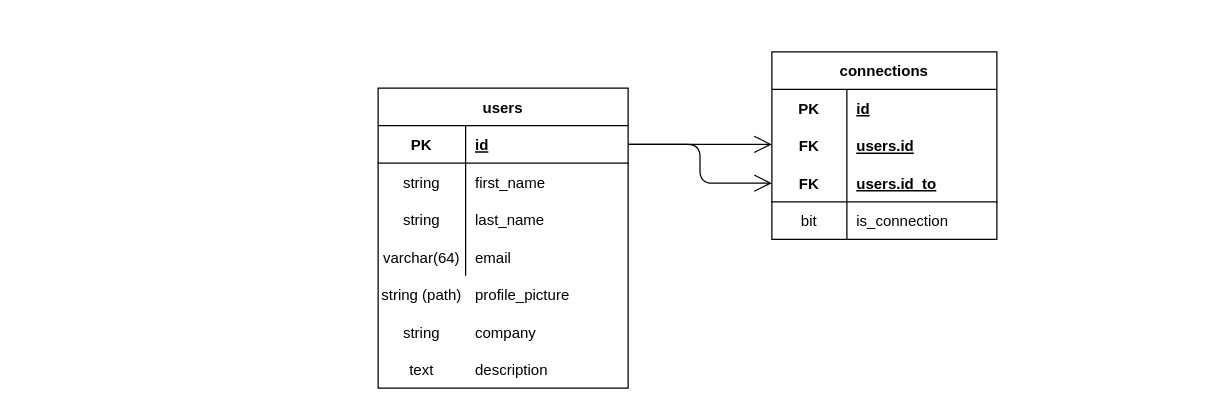
SantiagoLopez-hub/Graf-us keeps this draw.io diagram as Schema.drawio. Above is the earlier version. Source tidied: cells renumbered, new cells numbered last; positions are measured from the earlier drawing's top-left corner, leaving out a move shared by most shapes. Both pictures are drawn from the tidied source at 125%, with x=0, y=0 at pixel (378, 51).
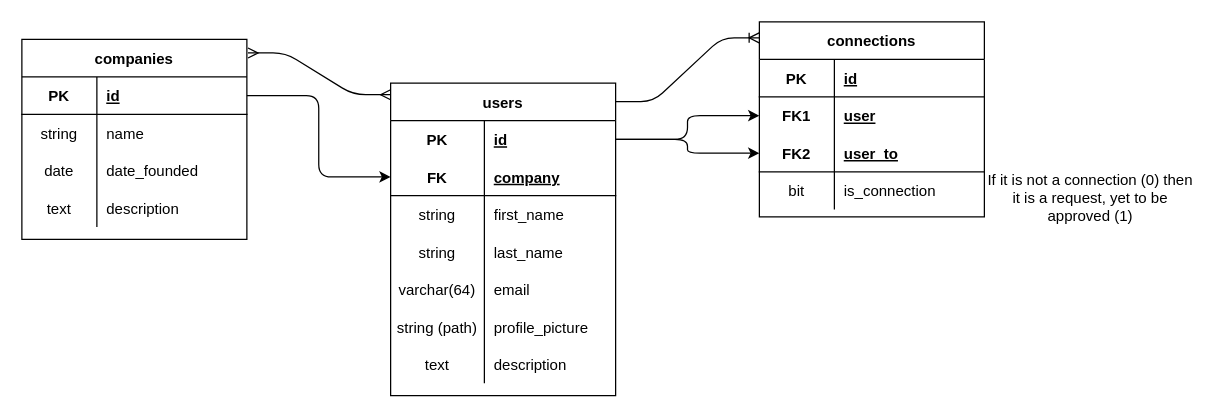
The same diagram, later.

Commit message:
Adding Companies table

Unchanged cells that the change refers to:
```xml
<mxCell id="30" style="shape=partialRectangle;fillColor=none;top=0;left=0;bottom=1;right=0;points=[[0,0.5],[1,0.5]];portConstraint=eastwest;rounded=0;sketch=0;" parent="23" vertex="1">
  <mxGeometry y="90" width="180" height="30" as="geometry" />
</mxCell>
```

What changed in the source:
```diff
@@
-    <mxCell id="2" style="group;" parent="1" vertex="1">
-      <mxGeometry y="29" width="200" height="240" as="geometry" />
-    </mxCell>
+    <mxCell id="41" value="If it is not a connection (0) then it is a request, yet to be approved (1)" style="text;html=1;strokeColor=none;fillColor=none;align=center;verticalAlign=middle;whiteSpace=wrap;rounded=0;sketch=0;" parent="1" vertex="1">
+      <mxGeometry x="485" y="102" width="170" height="30" as="geometry" />
+    </mxCell>
+    <mxCell id="42" value="companies" style="shape=table;startSize=30;childLayout=tableLayout;rowLines=0;fontStyle=1;align=center;rounded=0;sketch=0;" parent="1" vertex="1">
+      <mxGeometry x="-285" y="-10" width="180" height="160" as="geometry" />
+    </mxCell>
+    <mxCell id="43" style="shape=partialRectangle;fillColor=none;top=0;left=0;bottom=1;right=0;points=[[0,0.5],[1,0.5]];portConstraint=eastwest;rounded=0;sketch=0;" parent="42" vertex="1">
+      <mxGeometry y="30" width="180" height="30" as="geometry" />
+    </mxCell>
+    <mxCell id="44" value="PK" style="shape=partialRectangle;fillColor=none;top=0;left=0;bottom=0;right=0;fontStyle=1;overflow=hidden;rounded=0;sketch=0;" parent="43" vertex="1">
+      <mxGeometry width="60" height="30" as="geometry" />
+    </mxCell>
+    <mxCell id="45" value="id" style="shape=partialRectangle;fillColor=none;top=0;left=0;bottom=0;right=0;align=left;spacingLeft=6;fontStyle=5;overflow=hidden;rounded=0;sketch=0;" parent="43" vertex="1">
+      <mxGeometry x="60" width="120" height="30" as="geometry" />
+    </mxCell>
+    <mxCell id="46" style="shape=partialRectangle;fillColor=none;top=0;left=0;bottom=0;right=0;rounded=0;sketch=0;" parent="42" vertex="1">
+      <mxGeometry y="60" width="180" height="30" as="geometry" />
+    </mxCell>
+    <mxCell id="47" value="string" style="shape=partialRectangle;fillColor=none;top=0;left=0;bottom=0;right=0;overflow=hidden;rounded=0;sketch=0;" parent="46" vertex="1">
+      <mxGeometry width="60" height="30" as="geometry" />
+    </mxCell>
+    <mxCell id="48" value="name" style="shape=partialRectangle;fillColor=none;top=0;left=0;bottom=0;right=0;align=left;spacingLeft=6;overflow=hidden;rounded=0;sketch=0;" parent="46" vertex="1">
+      <mxGeometry x="60" width="120" height="30" as="geometry" />
+    </mxCell>
+    <mxCell id="49" style="shape=partialRectangle;fillColor=none;top=0;left=0;bottom=0;right=0;rounded=0;sketch=0;" parent="42" vertex="1">
+      <mxGeometry y="90" width="180" height="30" as="geometry" />
+    </mxCell>
+    <mxCell id="50" value="date" style="shape=partialRectangle;fillColor=none;top=0;left=0;bottom=0;right=0;overflow=hidden;rounded=0;sketch=0;" parent="49" vertex="1">
+      <mxGeometry width="60" height="30" as="geometry" />
+    </mxCell>
+    <mxCell id="51" value="date_founded" style="shape=partialRectangle;fillColor=none;top=0;left=0;bottom=0;right=0;align=left;spacingLeft=6;overflow=hidden;rounded=0;sketch=0;" parent="49" vertex="1">
+      <mxGeometry x="60" width="120" height="30" as="geometry" />
+    </mxCell>
+    <mxCell id="52" style="shape=partialRectangle;fillColor=none;top=0;left=0;bottom=0;right=0;rounded=0;sketch=0;" parent="42" vertex="1">
+      <mxGeometry y="120" width="180" height="30" as="geometry" />
+    </mxCell>
+    <mxCell id="53" value="text" style="shape=partialRectangle;fillColor=none;top=0;left=0;bottom=0;right=0;overflow=hidden;rounded=0;sketch=0;" parent="52" vertex="1">
+      <mxGeometry width="60" height="30" as="geometry" />
+    </mxCell>
+    <mxCell id="54" value="description" style="shape=partialRectangle;fillColor=none;top=0;left=0;bottom=0;right=0;align=left;spacingLeft=6;overflow=hidden;rounded=0;sketch=0;" parent="52" vertex="1">
+      <mxGeometry x="60" width="120" height="30" as="geometry" />
+    </mxCell>
-    <mxCell id="3" value="users" style="shape=table;startSize=30;childLayout=tableLayout;rowLines=0;fontStyle=1;align=center;rounded=0;sketch=0;" parent="2" vertex="1">
-      <mxGeometry width="200" height="240" as="geometry" />
+    <mxCell id="3" value="users" style="shape=table;startSize=30;childLayout=tableLayout;rowLines=0;fontStyle=1;align=center;rounded=0;sketch=0;" parent="1" vertex="1">
+      <mxGeometry x="10" y="25" width="180" height="250" as="geometry" />
     </mxCell>
-    <mxCell id="4" style="shape=partialRectangle;fillColor=none;top=0;left=0;bottom=1;right=0;points=[[0,0.5],[1,0.5]];portConstraint=eastwest;rounded=0;sketch=0;" parent="3" vertex="1">
-      <mxGeometry y="30" width="200" height="30" as="geometry" />
-    </mxCell>
-    <mxCell id="5" value="PK" style="shape=partialRectangle;fillColor=none;top=0;left=0;bottom=0;right=0;fontStyle=1;overflow=hidden;rounded=0;sketch=0;" parent="4" vertex="1">
-      <mxGeometry width="70" height="30" as="geometry" />
-    </mxCell>
-    <mxCell id="6" value="id" style="shape=partialRectangle;fillColor=none;top=0;left=0;bottom=0;right=0;align=left;spacingLeft=6;fontStyle=5;overflow=hidden;rounded=0;sketch=0;" parent="4" vertex="1">
-      <mxGeometry x="70" width="130" height="30" as="geometry" />
-    </mxCell>
-    <mxCell id="7" style="shape=partialRectangle;fillColor=none;top=0;left=0;bottom=0;right=0;rounded=0;sketch=0;" parent="3" vertex="1">
-      <mxGeometry y="60" width="200" height="30" as="geometry" />
-    </mxCell>
-    <mxCell id="8" value="string" style="shape=partialRectangle;fillColor=none;top=0;left=0;bottom=0;right=0;overflow=hidden;rounded=0;sketch=0;" parent="7" vertex="1">
-      <mxGeometry width="70" height="30" as="geometry" />
-    </mxCell>
+    <mxCell id="24" style="shape=partialRectangle;fillColor=none;top=0;left=0;bottom=0;right=0;points=[[0,0.5],[1,0.5]];portConstraint=eastwest;rounded=0;sketch=0;" parent="3" vertex="1">
+      <mxGeometry y="30" width="180" height="30" as="geometry" />
+    </mxCell>
+    <mxCell id="55" value="PK" style="shape=partialRectangle;fillColor=none;top=0;left=0;bottom=0;right=0;fontStyle=1;overflow=hidden;rounded=0;sketch=0;" parent="24" vertex="1">
+      <mxGeometry width="75" height="30" as="geometry" />
+    </mxCell>
+    <mxCell id="56" value="id" style="shape=partialRectangle;fillColor=none;top=0;left=0;bottom=0;right=0;align=left;spacingLeft=6;fontStyle=5;overflow=hidden;rounded=0;sketch=0;" parent="24" vertex="1">
+      <mxGeometry x="75" width="105" height="30" as="geometry" />
+    </mxCell>
+    <mxCell id="57" style="shape=partialRectangle;fillColor=none;top=0;left=0;bottom=1;right=0;points=[[0,0.5],[1,0.5]];portConstraint=eastwest;rounded=0;sketch=0;" parent="3" vertex="1">
+      <mxGeometry y="60" width="180" height="30" as="geometry" />
+    </mxCell>
+    <mxCell id="58" value="FK" style="shape=partialRectangle;fillColor=none;top=0;left=0;bottom=0;right=0;fontStyle=1;overflow=hidden;rounded=0;sketch=0;" parent="57" vertex="1">
+      <mxGeometry width="75" height="30" as="geometry" />
+    </mxCell>
+    <mxCell id="17" value="company" style="shape=partialRectangle;fillColor=none;top=0;left=0;bottom=0;right=0;align=left;spacingLeft=6;fontStyle=5;overflow=hidden;rounded=0;sketch=0;" parent="57" vertex="1">
+      <mxGeometry x="75" width="105" height="30" as="geometry" />
+    </mxCell>
+    <mxCell id="59" style="shape=partialRectangle;fillColor=none;top=0;left=0;bottom=0;right=0;rounded=0;sketch=0;" parent="3" vertex="1">
+      <mxGeometry y="90" width="180" height="30" as="geometry" />
+    </mxCell>
+    <mxCell id="60" value="string" style="shape=partialRectangle;fillColor=none;top=0;left=0;bottom=0;right=0;overflow=hidden;rounded=0;sketch=0;" parent="59" vertex="1">
+      <mxGeometry width="75" height="30" as="geometry" />
+    </mxCell>
-    <mxCell id="9" value="first_name" style="shape=partialRectangle;fillColor=none;top=0;left=0;bottom=0;right=0;align=left;spacingLeft=6;overflow=hidden;rounded=0;sketch=0;" parent="7" vertex="1">
-      <mxGeometry x="70" width="130" height="30" as="geometry" />
+    <mxCell id="9" value="first_name" style="shape=partialRectangle;fillColor=none;top=0;left=0;bottom=0;right=0;align=left;spacingLeft=6;overflow=hidden;rounded=0;sketch=0;" parent="59" vertex="1">
+      <mxGeometry x="75" width="105" height="30" as="geometry" />
     </mxCell>
-    <mxCell id="10" style="shape=partialRectangle;fillColor=none;top=0;left=0;bottom=0;right=0;rounded=0;sketch=0;" parent="3" vertex="1">
-      <mxGeometry y="90" width="200" height="30" as="geometry" />
-    </mxCell>
-    <mxCell id="11" value="string" style="shape=partialRectangle;fillColor=none;top=0;left=0;bottom=0;right=0;overflow=hidden;rounded=0;sketch=0;" parent="10" vertex="1">
-      <mxGeometry width="70" height="30" as="geometry" />
-    </mxCell>
+    <mxCell id="61" style="shape=partialRectangle;fillColor=none;top=0;left=0;bottom=0;right=0;rounded=0;sketch=0;" parent="3" vertex="1">
+      <mxGeometry y="120" width="180" height="30" as="geometry" />
+    </mxCell>
+    <mxCell id="62" value="string" style="shape=partialRectangle;fillColor=none;top=0;left=0;bottom=0;right=0;overflow=hidden;rounded=0;sketch=0;" parent="61" vertex="1">
+      <mxGeometry width="75" height="30" as="geometry" />
+    </mxCell>
-    <mxCell id="12" value="last_name" style="shape=partialRectangle;fillColor=none;top=0;left=0;bottom=0;right=0;align=left;spacingLeft=6;overflow=hidden;rounded=0;sketch=0;" parent="10" vertex="1">
-      <mxGeometry x="70" width="130" height="30" as="geometry" />
+    <mxCell id="12" value="last_name" style="shape=partialRectangle;fillColor=none;top=0;left=0;bottom=0;right=0;align=left;spacingLeft=6;overflow=hidden;rounded=0;sketch=0;" parent="61" vertex="1">
+      <mxGeometry x="75" width="105" height="30" as="geometry" />
     </mxCell>
-    <mxCell id="13" style="shape=partialRectangle;fillColor=none;top=0;left=0;bottom=0;right=0;rounded=0;sketch=0;" parent="3" vertex="1">
-      <mxGeometry y="120" width="200" height="30" as="geometry" />
-    </mxCell>
+    <mxCell id="63" style="shape=partialRectangle;fillColor=none;top=0;left=0;bottom=0;right=0;rounded=0;sketch=0;" parent="3" vertex="1">
+      <mxGeometry y="150" width="180" height="30" as="geometry" />
+    </mxCell>
-    <mxCell id="14" value="varchar(64)" style="shape=partialRectangle;fillColor=none;top=0;left=0;bottom=0;right=0;overflow=hidden;rounded=0;sketch=0;" parent="13" vertex="1">
-      <mxGeometry width="70" height="30" as="geometry" />
+    <mxCell id="14" value="varchar(64)" style="shape=partialRectangle;fillColor=none;top=0;left=0;bottom=0;right=0;overflow=hidden;rounded=0;sketch=0;" parent="63" vertex="1">
+      <mxGeometry width="75" height="30" as="geometry" />
     </mxCell>
-    <mxCell id="15" value="email" style="shape=partialRectangle;fillColor=none;top=0;left=0;bottom=0;right=0;align=left;spacingLeft=6;overflow=hidden;rounded=0;sketch=0;" parent="13" vertex="1">
-      <mxGeometry x="70" width="130" height="30" as="geometry" />
+    <mxCell id="15" value="email" style="shape=partialRectangle;fillColor=none;top=0;left=0;bottom=0;right=0;align=left;spacingLeft=6;overflow=hidden;rounded=0;sketch=0;" parent="63" vertex="1">
+      <mxGeometry x="75" width="105" height="30" as="geometry" />
     </mxCell>
+    <mxCell id="64" style="shape=partialRectangle;fillColor=none;top=0;left=0;bottom=0;right=0;rounded=0;sketch=0;" parent="3" vertex="1">
+      <mxGeometry y="180" width="180" height="30" as="geometry" />
+    </mxCell>
+    <mxCell id="19" value="string (path)" style="shape=partialRectangle;fillColor=none;top=0;left=0;bottom=0;right=0;overflow=hidden;rounded=0;sketch=0;" parent="64" vertex="1">
+      <mxGeometry width="75" height="30" as="geometry" />
+    </mxCell>
-    <mxCell id="16" value="profile_picture" style="shape=partialRectangle;fillColor=none;top=0;left=0;bottom=0;right=0;align=left;spacingLeft=6;overflow=hidden;rounded=0;sketch=0;" parent="2" vertex="1">
-      <mxGeometry x="70" y="150" width="130" height="30" as="geometry" />
+    <mxCell id="16" value="profile_picture" style="shape=partialRectangle;fillColor=none;top=0;left=0;bottom=0;right=0;align=left;spacingLeft=6;overflow=hidden;rounded=0;sketch=0;" parent="64" vertex="1">
+      <mxGeometry x="75" width="105" height="30" as="geometry" />
     </mxCell>
-    <mxCell id="17" value="company" style="shape=partialRectangle;fillColor=none;top=0;left=0;bottom=0;right=0;align=left;spacingLeft=6;overflow=hidden;rounded=0;sketch=0;" parent="2" vertex="1">
-      <mxGeometry x="70" y="180" width="130" height="30" as="geometry" />
-    </mxCell>
-    <mxCell id="18" value="description" style="shape=partialRectangle;fillColor=none;top=0;left=0;bottom=0;right=0;align=left;spacingLeft=6;overflow=hidden;rounded=0;sketch=0;" parent="2" vertex="1">
-      <mxGeometry x="70" y="210" width="130" height="30" as="geometry" />
-    </mxCell>
-    <mxCell id="19" value="string (path)" style="shape=partialRectangle;fillColor=none;top=0;left=0;bottom=0;right=0;overflow=hidden;rounded=0;sketch=0;" parent="2" vertex="1">
-      <mxGeometry y="150" width="70" height="30" as="geometry" />
-    </mxCell>
-    <mxCell id="20" value="string" style="shape=partialRectangle;fillColor=none;top=0;left=0;bottom=0;right=0;overflow=hidden;rounded=0;sketch=0;" parent="2" vertex="1">
-      <mxGeometry y="180" width="70" height="30" as="geometry" />
-    </mxCell>
-    <mxCell id="21" value="text" style="shape=partialRectangle;fillColor=none;top=0;left=0;bottom=0;right=0;overflow=hidden;rounded=0;sketch=0;" parent="2" vertex="1">
-      <mxGeometry y="210" width="70" height="30" as="geometry" />
-    </mxCell>
-    <mxCell id="22" style="group;" parent="1" vertex="1">
-      <mxGeometry x="315" width="180" height="150" as="geometry" />
-    </mxCell>
+    <mxCell id="65" style="shape=partialRectangle;fillColor=none;top=0;left=0;bottom=0;right=0;rounded=0;sketch=0;" parent="3" vertex="1">
+      <mxGeometry y="210" width="180" height="30" as="geometry" />
+    </mxCell>
+    <mxCell id="66" value="text" style="shape=partialRectangle;fillColor=none;top=0;left=0;bottom=0;right=0;overflow=hidden;rounded=0;sketch=0;" parent="65" vertex="1">
+      <mxGeometry width="75" height="30" as="geometry" />
+    </mxCell>
+    <mxCell id="67" value="description" style="shape=partialRectangle;fillColor=none;top=0;left=0;bottom=0;right=0;align=left;spacingLeft=6;overflow=hidden;rounded=0;sketch=0;" parent="65" vertex="1">
+      <mxGeometry x="75" width="105" height="30" as="geometry" />
+    </mxCell>
-    <mxCell id="23" value="connections" style="shape=table;startSize=30;childLayout=tableLayout;rowLines=0;fontStyle=1;align=center;rounded=0;sketch=0;" parent="22" vertex="1">
-      <mxGeometry width="180" height="150" as="geometry" />
+    <mxCell id="23" value="connections" style="shape=table;startSize=30;childLayout=tableLayout;rowLines=0;fontStyle=1;align=center;rounded=0;sketch=0;" parent="1" vertex="1">
+      <mxGeometry x="305" y="-24" width="180" height="156" as="geometry" />
     </mxCell>
-    <mxCell id="24" style="shape=partialRectangle;fillColor=none;top=0;left=0;bottom=0;right=0;points=[[0,0.5],[1,0.5]];portConstraint=eastwest;rounded=0;sketch=0;" parent="23" vertex="1">
-      <mxGeometry y="30" width="180" height="30" as="geometry" />
-    </mxCell>
-    <mxCell id="25" value="PK" style="shape=partialRectangle;fillColor=none;top=0;left=0;bottom=0;right=0;fontStyle=1;overflow=hidden;rounded=0;sketch=0;" parent="24" vertex="1">
-      <mxGeometry width="60" height="30" as="geometry" />
-    </mxCell>
-    <mxCell id="26" value="id" style="shape=partialRectangle;fillColor=none;top=0;left=0;bottom=0;right=0;align=left;spacingLeft=6;fontStyle=5;overflow=hidden;rounded=0;sketch=0;" parent="24" vertex="1">
-      <mxGeometry x="60" width="120" height="30" as="geometry" />
-    </mxCell>
-    <mxCell id="27" style="shape=partialRectangle;fillColor=none;top=0;left=0;bottom=0;right=0;rounded=0;sketch=0;" parent="23" vertex="1">
-      <mxGeometry y="60" width="180" height="30" as="geometry" />
-    </mxCell>
-    <mxCell id="28" style="shape=partialRectangle;fillColor=none;top=0;left=0;bottom=0;right=0;overflow=hidden;rounded=0;sketch=0;" parent="27" vertex="1">
-      <mxGeometry width="60" height="30" as="geometry" />
-    </mxCell>
-    <mxCell id="29" style="shape=partialRectangle;fillColor=none;top=0;left=0;bottom=0;right=0;align=left;spacingLeft=6;overflow=hidden;rounded=0;sketch=0;" parent="27" vertex="1">
-      <mxGeometry x="60" width="120" height="30" as="geometry" />
-    </mxCell>
+    <mxCell id="68" style="shape=partialRectangle;fillColor=none;top=0;left=0;bottom=1;right=0;rounded=0;sketch=0;" parent="23" vertex="1">
+      <mxGeometry y="30" width="180" height="30" as="geometry" />
+    </mxCell>
+    <mxCell id="69" value="PK" style="shape=partialRectangle;fillColor=none;top=0;left=0;bottom=0;right=0;fontStyle=1;overflow=hidden;rounded=0;sketch=0;" parent="68" vertex="1">
+      <mxGeometry width="60" height="30" as="geometry" />
+    </mxCell>
+    <mxCell id="70" value="id" style="shape=partialRectangle;fillColor=none;top=0;left=0;bottom=0;right=0;align=left;spacingLeft=6;fontStyle=5;overflow=hidden;rounded=0;sketch=0;" parent="68" vertex="1">
+      <mxGeometry x="60" width="120" height="30" as="geometry" />
+    </mxCell>
+    <mxCell id="71" style="shape=partialRectangle;fillColor=none;top=0;left=0;bottom=0;right=0;points=[[0,0.5],[1,0.5]];portConstraint=eastwest;rounded=0;sketch=0;" parent="23" vertex="1">
+      <mxGeometry y="60" width="180" height="30" as="geometry" />
+    </mxCell>
+    <mxCell id="72" value="FK1" style="shape=partialRectangle;fillColor=none;top=0;left=0;bottom=0;right=0;fontStyle=1;overflow=hidden;rounded=0;sketch=0;" parent="71" vertex="1">
+      <mxGeometry width="60" height="30" as="geometry" />
+    </mxCell>
+    <mxCell id="73" value="user" style="shape=partialRectangle;fillColor=none;top=0;left=0;bottom=0;right=0;align=left;spacingLeft=6;fontStyle=5;overflow=hidden;rounded=0;sketch=0;" parent="71" vertex="1">
+      <mxGeometry x="60" width="120" height="30" as="geometry" />
+    </mxCell>
@@
-    <mxCell id="31" value="FK" style="shape=partialRectangle;fillColor=none;top=0;left=0;bottom=0;right=0;fontStyle=1;overflow=hidden;rounded=0;sketch=0;" parent="30" vertex="1">
-      <mxGeometry width="60" height="30" as="geometry" />
-    </mxCell>
-    <mxCell id="32" value="users.id_to" style="shape=partialRectangle;fillColor=none;top=0;left=0;bottom=0;right=0;align=left;spacingLeft=6;fontStyle=5;overflow=hidden;rounded=0;sketch=0;" parent="30" vertex="1">
-      <mxGeometry x="60" width="120" height="30" as="geometry" />
-    </mxCell>
-    <mxCell id="33" style="shape=partialRectangle;fillColor=none;top=0;left=0;bottom=0;right=0;rounded=0;sketch=0;" parent="23" vertex="1">
-      <mxGeometry y="120" width="180" height="30" as="geometry" />
-    </mxCell>
+    <mxCell id="74" value="FK2" style="shape=partialRectangle;fillColor=none;top=0;left=0;bottom=0;right=0;fontStyle=1;overflow=hidden;rounded=0;sketch=0;" parent="30" vertex="1">
+      <mxGeometry width="60" height="30" as="geometry" />
+    </mxCell>
+    <mxCell id="75" value="user_to" style="shape=partialRectangle;fillColor=none;top=0;left=0;bottom=0;right=0;align=left;spacingLeft=6;fontStyle=5;overflow=hidden;rounded=0;sketch=0;" parent="30" vertex="1">
+      <mxGeometry x="60" width="120" height="30" as="geometry" />
+    </mxCell>
+    <mxCell id="76" style="shape=partialRectangle;fillColor=none;top=0;left=0;bottom=0;right=0;rounded=0;sketch=0;" parent="23" vertex="1">
+      <mxGeometry y="120" width="180" height="30" as="geometry" />
+    </mxCell>
-    <mxCell id="34" value="bit" style="shape=partialRectangle;fillColor=none;top=0;left=0;bottom=0;right=0;overflow=hidden;rounded=0;sketch=0;" parent="33" vertex="1">
+    <mxCell id="34" value="bit" style="shape=partialRectangle;fillColor=none;top=0;left=0;bottom=0;right=0;overflow=hidden;rounded=0;sketch=0;" parent="76" vertex="1">
       <mxGeometry width="60" height="30" as="geometry" />
     </mxCell>
-    <mxCell id="35" style="shape=partialRectangle;fillColor=none;top=0;left=0;bottom=0;right=0;align=left;spacingLeft=6;overflow=hidden;rounded=0;sketch=0;" parent="33" vertex="1">
-      <mxGeometry x="60" width="120" height="30" as="geometry" />
-    </mxCell>
-    <mxCell id="36" value="is_connection" style="shape=partialRectangle;fillColor=none;top=0;left=0;bottom=0;right=0;align=left;spacingLeft=6;overflow=hidden;rounded=0;sketch=0;" parent="22" vertex="1">
-      <mxGeometry x="60" y="120" width="120" height="30" as="geometry" />
+    <mxCell id="36" value="is_connection" style="shape=partialRectangle;fillColor=none;top=0;left=0;bottom=0;right=0;align=left;spacingLeft=6;overflow=hidden;rounded=0;sketch=0;" parent="76" vertex="1">
+      <mxGeometry x="60" width="120" height="30" as="geometry" />
     </mxCell>
-    <mxCell id="37" value="FK" style="shape=partialRectangle;fillColor=none;top=0;left=0;bottom=0;right=0;fontStyle=1;overflow=hidden;rounded=0;sketch=0;" parent="22" vertex="1">
-      <mxGeometry y="60" width="60" height="30" as="geometry" />
-    </mxCell>
-    <mxCell id="38" value="users.id" style="shape=partialRectangle;fillColor=none;top=0;left=0;bottom=0;right=0;align=left;spacingLeft=6;fontStyle=5;overflow=hidden;rounded=0;sketch=0;" parent="22" vertex="1">
-      <mxGeometry x="60" y="60" width="120" height="30" as="geometry" />
-    </mxCell>
-    <mxCell id="39" style="endArrow=open;endFill=1;endSize=12;html=1;rounded=1;sketch=0;edgeStyle=orthogonalEdgeStyle;curved=0;exitX=1;exitY=0.5;exitDx=0;exitDy=0;" parent="1" edge="1" source="4">
-      <mxGeometry relative="1" as="geometry">
-        <mxPoint x="315" y="74" as="targetPoint" />
-      </mxGeometry>
-    </mxCell>
-    <mxCell id="40" style="endArrow=open;endFill=1;endSize=12;html=1;rounded=1;sketch=0;edgeStyle=orthogonalEdgeStyle;curved=0;exitX=1;exitY=0.5;exitDx=0;exitDy=0;entryX=0;entryY=0.5;entryDx=0;entryDy=0;" parent="1" edge="1" source="4" target="30">
-      <mxGeometry relative="1" as="geometry" />
-    </mxCell>
+    <mxCell id="77" style="edgeStyle=entityRelationEdgeStyle;fontSize=12;html=1;endArrow=ERoneToMany;rounded=1;sketch=0;curved=0;entryX=-0.001;entryY=0.082;entryDx=0;entryDy=0;entryPerimeter=0;exitX=1.001;exitY=0.059;exitDx=0;exitDy=0;exitPerimeter=0;" parent="1" edge="1" source="3" target="23">
+      <mxGeometry relative="1" as="geometry" />
+    </mxCell>
+    <mxCell id="78" style="edgeStyle=entityRelationEdgeStyle;fontSize=12;html=1;endArrow=ERmany;startArrow=ERmany;rounded=1;sketch=0;curved=0;exitX=1.005;exitY=0.068;exitDx=0;exitDy=0;exitPerimeter=0;entryX=0;entryY=0.037;entryDx=0;entryDy=0;entryPerimeter=0;" parent="1" edge="1" source="42" target="3">
+      <mxGeometry relative="1" as="geometry" />
+    </mxCell>
+    <mxCell id="79" style="endArrow=classic;html=1;rounded=1;sketch=0;edgeStyle=orthogonalEdgeStyle;curved=0;entryX=0;entryY=0.5;entryDx=0;entryDy=0;exitX=1;exitY=0.5;exitDx=0;exitDy=0;" parent="1" edge="1" source="24" target="71">
+      <mxGeometry relative="1" as="geometry" />
+    </mxCell>
+    <mxCell id="80" style="endArrow=classic;html=1;rounded=1;sketch=0;edgeStyle=orthogonalEdgeStyle;curved=0;exitX=1;exitY=0.5;exitDx=0;exitDy=0;" parent="1" edge="1" source="24" target="30">
+      <mxGeometry relative="1" as="geometry" />
+    </mxCell>
+    <mxCell id="81" style="endArrow=classic;html=1;rounded=1;sketch=0;edgeStyle=orthogonalEdgeStyle;curved=0;exitX=1;exitY=0.5;exitDx=0;exitDy=0;entryX=0;entryY=0.5;entryDx=0;entryDy=0;" parent="1" edge="1" source="43" target="57">
+      <mxGeometry relative="1" as="geometry" />
+    </mxCell>
```
